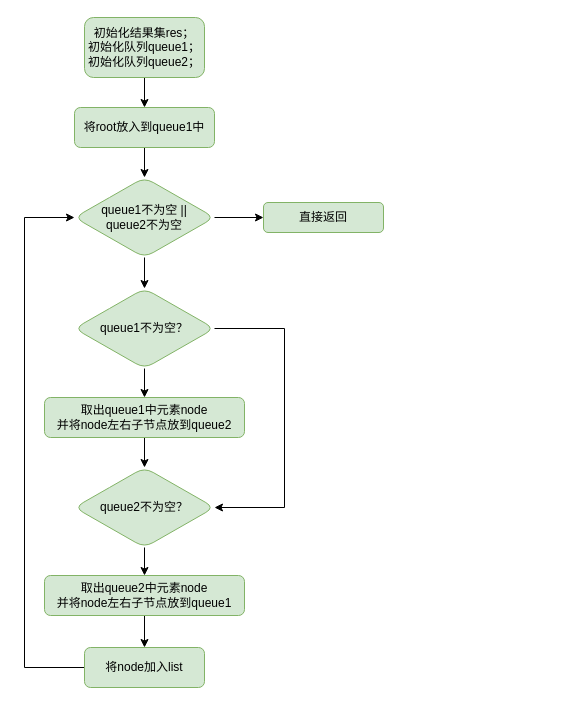
This is 2022年4月9日.drawio from HonyoLAN/telmy, a draw.io file, before an edit. Source tidied: cells renumbered, new cells numbered last; positions are measured from the earlier drawing's top-left corner, leaving out a move shared by most shapes. Both pictures are drawn from the tidied source at 100%, with x=0, y=0 at pixel (24, 17).
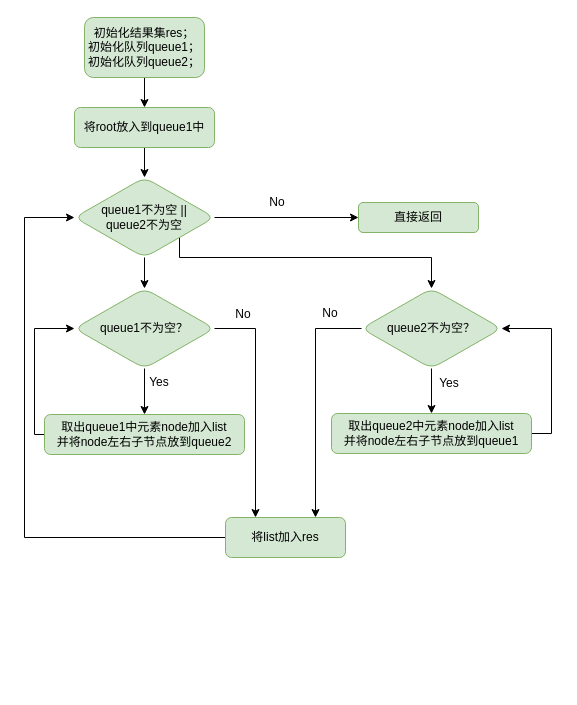
The same page after the edit.

Commit message (it also covers changes not shown here):
更新2022年4月9日.drawio

Unchanged cells that the change refers to:
```xml
<mxCell id="8" value="queue1不为空 ||&lt;br&gt;queue2不为空" style="rhombus;whiteSpace=wrap;html=1;fillColor=#d5e8d4;strokeColor=#82b366;rounded=1;" parent="1" vertex="1">
  <mxGeometry x="50" y="160" width="140" height="80" as="geometry" />
</mxCell>
<mxCell id="15" value="queue1不为空？" style="rhombus;whiteSpace=wrap;html=1;fillColor=#d5e8d4;strokeColor=#82b366;rounded=1;" parent="1" vertex="1">
  <mxGeometry x="50" y="271" width="140" height="80" as="geometry" />
</mxCell>
```

Change to the diagram source:
```diff
@@
+    <mxCell id="21" style="edgeStyle=orthogonalEdgeStyle;rounded=0;jettySize=auto;html=1;exitX=1;exitY=1;exitDx=0;exitDy=0;entryX=0.5;entryY=0;entryDx=0;entryDy=0;" parent="1" edge="1" source="8" target="18">
+      <mxGeometry relative="1" as="geometry">
+        <Array as="points">
+          <mxPoint x="155" y="240" />
+          <mxPoint x="407" y="240" />
+        </Array>
+      </mxGeometry>
+    </mxCell>
@@
     <mxCell id="9" style="edgeStyle=orthogonalEdgeStyle;rounded=0;jettySize=auto;html=1;exitX=0;exitY=0.5;exitDx=0;exitDy=0;entryX=0;entryY=0.5;entryDx=0;entryDy=0;" parent="1" edge="1" source="10" target="8">
       <mxGeometry relative="1" as="geometry">
         <Array as="points">
-          <mxPoint y="650" />
+          <mxPoint y="520" />
           <mxPoint y="200" />
         </Array>
       </mxGeometry>
     </mxCell>
-    <mxCell id="10" value="将node加入list" style="rounded=1;whiteSpace=wrap;html=1;fillColor=#d5e8d4;strokeColor=#82b366;" parent="1" vertex="1">
-      <mxGeometry x="60" y="630" width="120" height="40" as="geometry" />
+    <mxCell id="10" value="将list加入res" style="rounded=1;whiteSpace=wrap;html=1;fillColor=#d5e8d4;strokeColor=#82b366;" parent="1" vertex="1">
+      <mxGeometry x="201" y="500" width="120" height="40" as="geometry" />
     </mxCell>
-    <mxCell id="11" style="edgeStyle=orthogonalEdgeStyle;rounded=0;jettySize=auto;html=1;" parent="1" edge="1" source="12" target="18">
-      <mxGeometry relative="1" as="geometry" />
-    </mxCell>
+    <mxCell id="22" style="edgeStyle=orthogonalEdgeStyle;rounded=0;jettySize=auto;html=1;exitX=0;exitY=0.5;exitDx=0;exitDy=0;entryX=0;entryY=0.5;entryDx=0;entryDy=0;" parent="1" edge="1" source="12" target="15">
+      <mxGeometry relative="1" as="geometry">
+        <Array as="points">
+          <mxPoint x="10" y="417" />
+          <mxPoint x="10" y="311" />
+        </Array>
+      </mxGeometry>
+    </mxCell>
-    <mxCell id="12" value="取出queue1中元素node&lt;br&gt;并将node左右子节点放到queue2" style="rounded=1;whiteSpace=wrap;html=1;fillColor=#d5e8d4;strokeColor=#82b366;" parent="1" vertex="1">
-      <mxGeometry x="20" y="380" width="200" height="40" as="geometry" />
+    <mxCell id="12" value="取出queue1中元素node加入list&lt;br&gt;并将node左右子节点放到queue2" style="rounded=1;whiteSpace=wrap;html=1;fillColor=#d5e8d4;strokeColor=#82b366;" parent="1" vertex="1">
+      <mxGeometry x="20" y="397" width="200" height="40" as="geometry" />
     </mxCell>
@@
-    <mxCell id="14" style="edgeStyle=orthogonalEdgeStyle;rounded=0;jettySize=auto;html=1;exitX=1;exitY=0.5;exitDx=0;exitDy=0;entryX=1;entryY=0.5;entryDx=0;entryDy=0;" parent="1" edge="1" source="15" target="18">
-      <mxGeometry relative="1" as="geometry">
-        <Array as="points">
-          <mxPoint x="260" y="311" />
-          <mxPoint x="260" y="490" />
-        </Array>
-      </mxGeometry>
-    </mxCell>
+    <mxCell id="23" style="edgeStyle=orthogonalEdgeStyle;rounded=0;jettySize=auto;html=1;exitX=1;exitY=0.5;exitDx=0;exitDy=0;entryX=0.25;entryY=0;entryDx=0;entryDy=0;" parent="1" edge="1" source="15" target="10">
+      <mxGeometry relative="1" as="geometry" />
+    </mxCell>
@@
     <mxCell id="16" value="直接返回" style="whiteSpace=wrap;html=1;fillColor=#d5e8d4;strokeColor=#82b366;rounded=1;" parent="1" vertex="1">
-      <mxGeometry x="239" y="185" width="120" height="30" as="geometry" />
+      <mxGeometry x="334" y="185" width="120" height="30" as="geometry" />
     </mxCell>
@@
+    <mxCell id="24" style="edgeStyle=orthogonalEdgeStyle;rounded=0;jettySize=auto;html=1;exitX=0;exitY=0.5;exitDx=0;exitDy=0;entryX=0.75;entryY=0;entryDx=0;entryDy=0;" parent="1" edge="1" source="18" target="10">
+      <mxGeometry relative="1" as="geometry" />
+    </mxCell>
     <mxCell id="18" value="queue2不为空？" style="rhombus;whiteSpace=wrap;html=1;fillColor=#d5e8d4;strokeColor=#82b366;rounded=1;" parent="1" vertex="1">
-      <mxGeometry x="50" y="450" width="140" height="80" as="geometry" />
+      <mxGeometry x="337" y="271" width="140" height="80" as="geometry" />
     </mxCell>
-    <mxCell id="19" style="edgeStyle=orthogonalEdgeStyle;rounded=0;jettySize=auto;html=1;" parent="1" edge="1" source="20" target="10">
-      <mxGeometry relative="1" as="geometry" />
-    </mxCell>
+    <mxCell id="25" style="edgeStyle=orthogonalEdgeStyle;rounded=0;jettySize=auto;html=1;exitX=1;exitY=0.5;exitDx=0;exitDy=0;entryX=1;entryY=0.5;entryDx=0;entryDy=0;" parent="1" edge="1" source="20" target="18">
+      <mxGeometry relative="1" as="geometry" />
+    </mxCell>
-    <mxCell id="20" value="取出queue2中元素node&lt;br&gt;并将node左右子节点放到queue1" style="rounded=1;whiteSpace=wrap;html=1;fillColor=#d5e8d4;strokeColor=#82b366;" parent="1" vertex="1">
-      <mxGeometry x="20" y="558" width="200" height="40" as="geometry" />
+    <mxCell id="20" value="取出queue2中元素node加入list&lt;br&gt;并将node左右子节点放到queue1" style="rounded=1;whiteSpace=wrap;html=1;fillColor=#d5e8d4;strokeColor=#82b366;" parent="1" vertex="1">
+      <mxGeometry x="307" y="396" width="200" height="40" as="geometry" />
     </mxCell>
+    <mxCell id="26" value="No" style="text;html=1;strokeColor=none;fillColor=none;align=center;verticalAlign=middle;whiteSpace=wrap;rounded=0;" parent="1" vertex="1">
+      <mxGeometry x="238" y="170" width="30" height="30" as="geometry" />
+    </mxCell>
+    <mxCell id="27" value="Yes" style="text;html=1;strokeColor=none;fillColor=none;align=center;verticalAlign=middle;whiteSpace=wrap;rounded=0;" parent="1" vertex="1">
+      <mxGeometry x="120" y="350" width="30" height="30" as="geometry" />
+    </mxCell>
+    <mxCell id="28" value="Yes" style="text;html=1;strokeColor=none;fillColor=none;align=center;verticalAlign=middle;whiteSpace=wrap;rounded=0;" parent="1" vertex="1">
+      <mxGeometry x="410" y="351" width="30" height="30" as="geometry" />
+    </mxCell>
+    <mxCell id="29" value="No" style="text;html=1;strokeColor=none;fillColor=none;align=center;verticalAlign=middle;whiteSpace=wrap;rounded=0;" parent="1" vertex="1">
+      <mxGeometry x="204" y="282" width="30" height="30" as="geometry" />
+    </mxCell>
+    <mxCell id="30" value="No" style="text;html=1;strokeColor=none;fillColor=none;align=center;verticalAlign=middle;whiteSpace=wrap;rounded=0;" parent="1" vertex="1">
+      <mxGeometry x="291" y="281" width="30" height="30" as="geometry" />
+    </mxCell>
```
